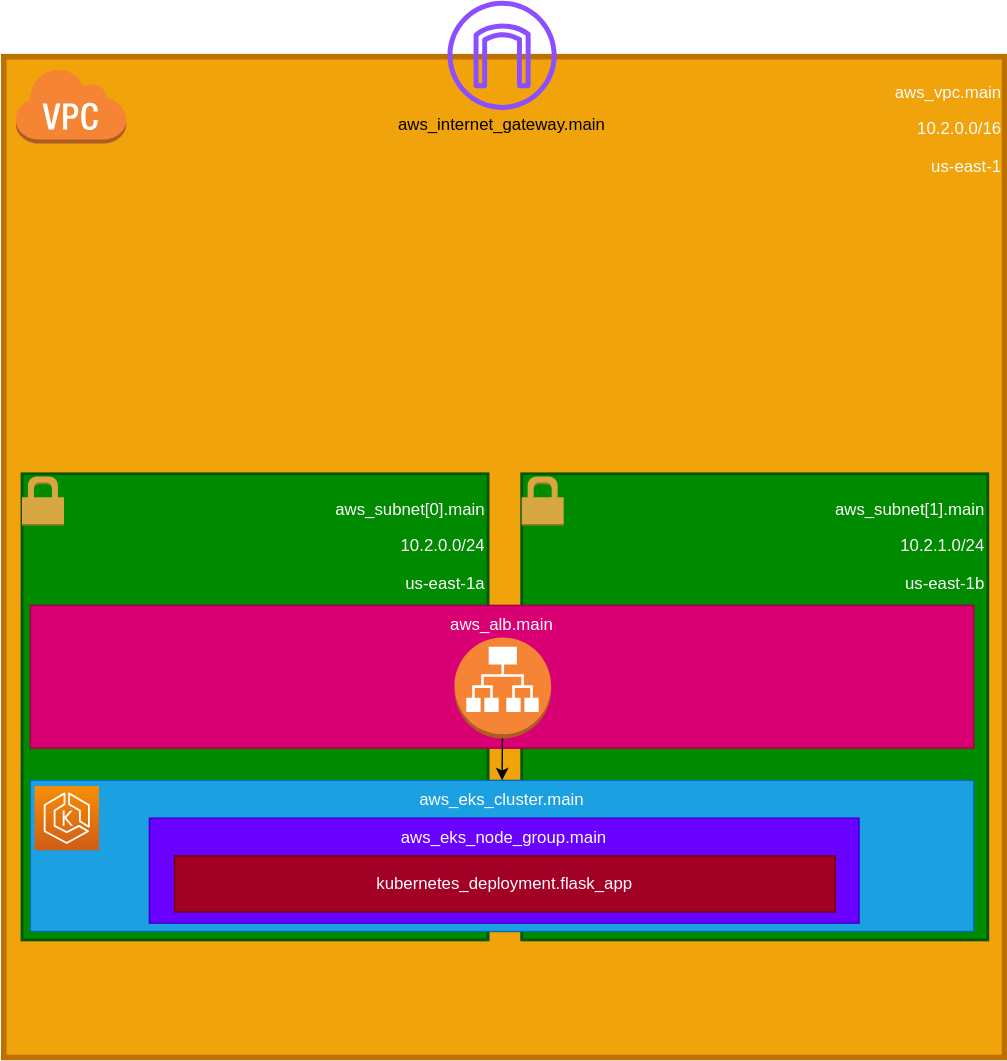
Earlier version of the draw.io export AWS-TF-EKS.drawio.svg (TheMashcraft/turtle-watching-aws-infra-eks). Source tidied: cells renumbered, new cells last; positions are measured from the earlier drawing's top-left corner, leaving out a move shared by most shapes.
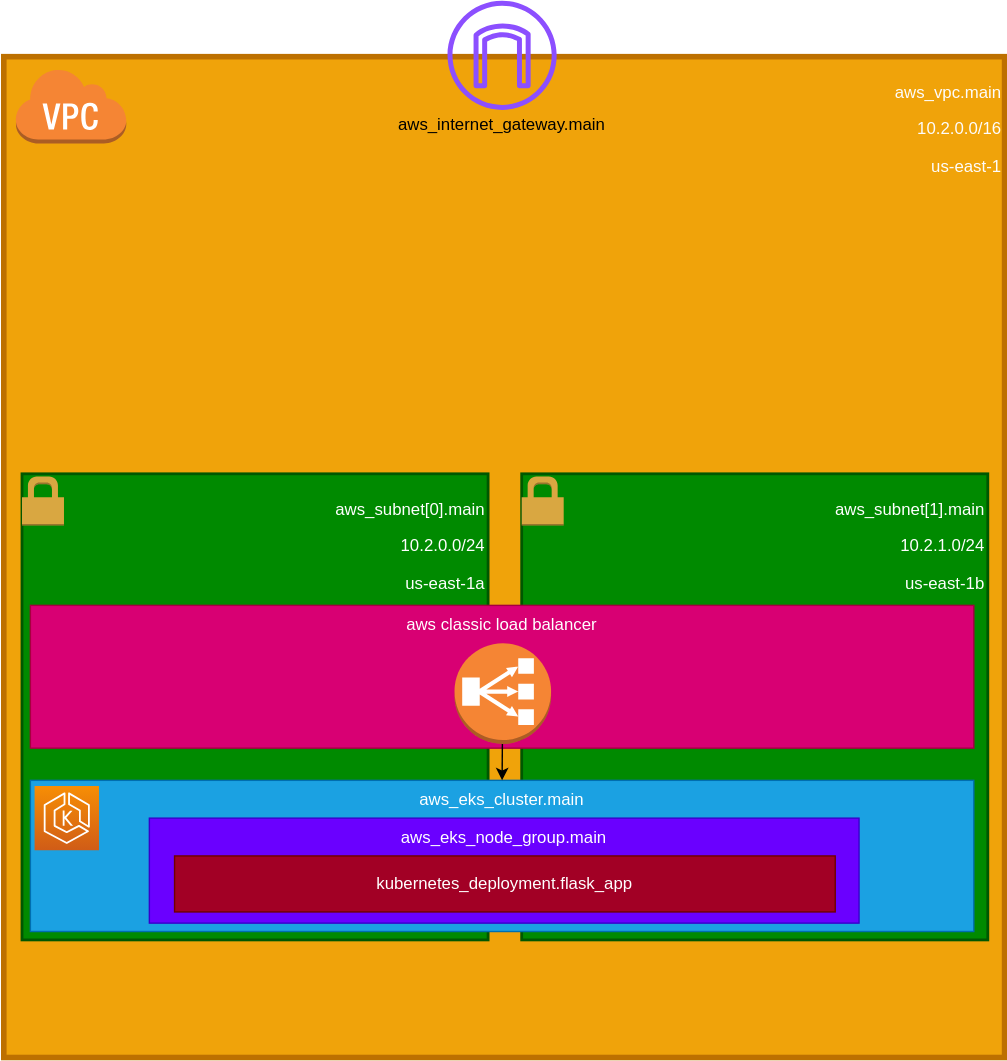
Above is the later version.

Diff of the diagram source:
```diff
@@ -29,23 +29,25 @@
     <mxCell id="10" value="aws_eks_cluster.main" style="rounded=0;whiteSpace=wrap;html=1;verticalAlign=top;fillColor=#1ba1e2;fontColor=#ffffff;strokeColor=#006EAF;" parent="1" vertex="1">
       <mxGeometry x="19" y="557" width="674" height="108" as="geometry" />
     </mxCell>
-    <mxCell id="11" value="aws_alb.main" style="rounded=0;whiteSpace=wrap;html=1;verticalAlign=top;fillColor=#d80073;fontColor=#ffffff;strokeColor=#A50040;" parent="1" vertex="1">
+    <mxCell id="11" value="aws classic load balancer" style="rounded=0;whiteSpace=wrap;html=1;verticalAlign=top;fillColor=#d80073;fontColor=#ffffff;strokeColor=#A50040;" parent="1" vertex="1">
       <mxGeometry x="19" y="432" width="674" height="102" as="geometry" />
     </mxCell>
     <mxCell id="12" value="aws_eks_node_group.main" style="rounded=0;whiteSpace=wrap;html=1;fillColor=#6a00ff;fontColor=#ffffff;strokeColor=#3700CC;verticalAlign=top;" parent="1" vertex="1">
       <mxGeometry x="104" y="584" width="507" height="75" as="geometry" />
     </mxCell>
-    <mxCell id="13" style="edgeStyle=none;html=1;entryX=0.5;entryY=0;entryDx=0;entryDy=0;" parent="1" edge="1" source="14" target="10">
-      <mxGeometry relative="1" as="geometry" />
+    <mxCell id="13" style="edgeStyle=none;html=1;entryX=0.5;entryY=0;entryDx=0;entryDy=0;" parent="1" edge="1" target="10">
+      <mxGeometry relative="1" as="geometry">
+        <mxPoint x="356.2" y="527" as="sourcePoint" />
+      </mxGeometry>
     </mxCell>
-    <mxCell id="14" style="outlineConnect=0;dashed=0;verticalLabelPosition=bottom;verticalAlign=top;align=center;html=1;shape=mxgraph.aws3.application_load_balancer;fillColor=#F58534;gradientColor=none;" parent="1" vertex="1">
-      <mxGeometry x="322" y="455" width="69" height="72" as="geometry" />
-    </mxCell>
     <mxCell id="15" value="kubernetes_deployment.flask_app" style="rounded=0;whiteSpace=wrap;html=1;fillColor=#a20025;fontColor=#ffffff;strokeColor=#6F0000;verticalAlign=middle;" parent="1" vertex="1">
       <mxGeometry x="122" y="611" width="472" height="40" as="geometry" />
     </mxCell>
     <mxCell id="16" style="sketch=0;fontColor=#232F3E;gradientColor=#F78E04;gradientDirection=north;fillColor=#D05C17;strokeColor=#ffffff;dashed=0;verticalLabelPosition=bottom;verticalAlign=top;align=center;html=1;fontSize=12;fontStyle=0;shape=mxgraph.aws4.resourceIcon;resIcon=mxgraph.aws4.eks;" parent="1" vertex="1">
       <mxGeometry x="22" y="561" width="46" height="46" as="geometry" />
     </mxCell>
+    <mxCell id="17" style="dashed=0;verticalLabelPosition=bottom;verticalAlign=top;align=center;html=1;shape=mxgraph.aws3.classic_load_balancer;fillColor=#F58534;gradientColor=none;" parent="1" vertex="1">
+      <mxGeometry x="322" y="459" width="69" height="72" as="geometry" />
+    </mxCell>
   </root>
 </mxGraphModel>
```
